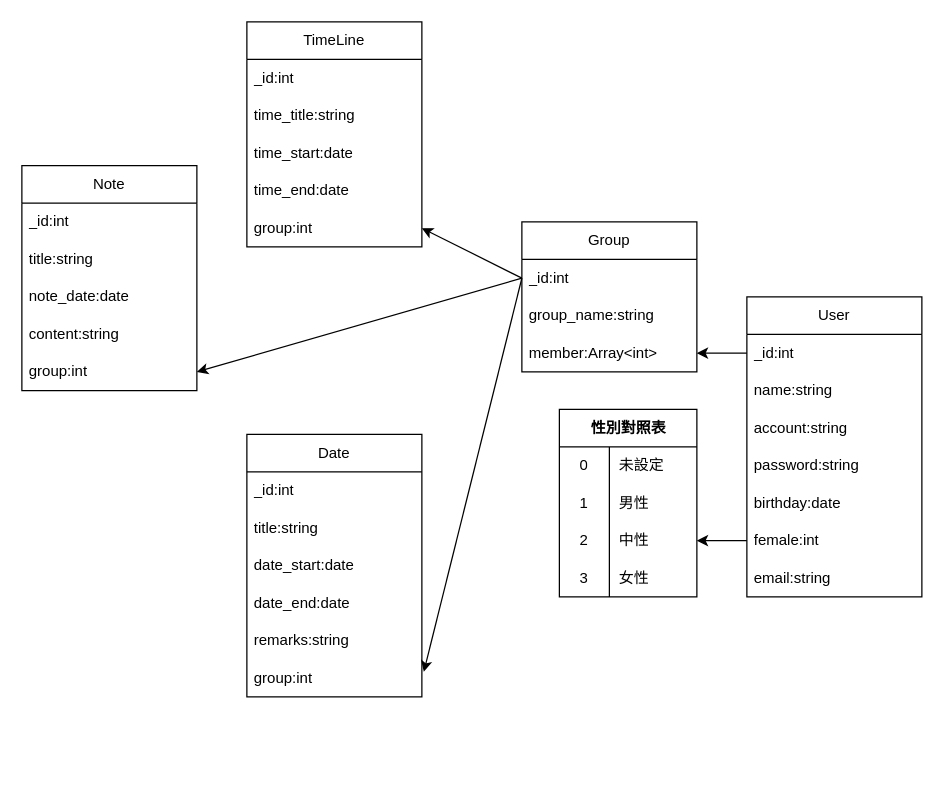
Earlier version of the draw.io diagram ER.drawio (feather1217/Specialized_Notebook). Source tidied: cells renumbered, new cells numbered last; positions are measured from the earlier drawing's top-left corner, leaving out a move shared by most shapes. Both pictures are drawn from the tidied source at 125%, with x=0, y=0 at pixel (21, 21).
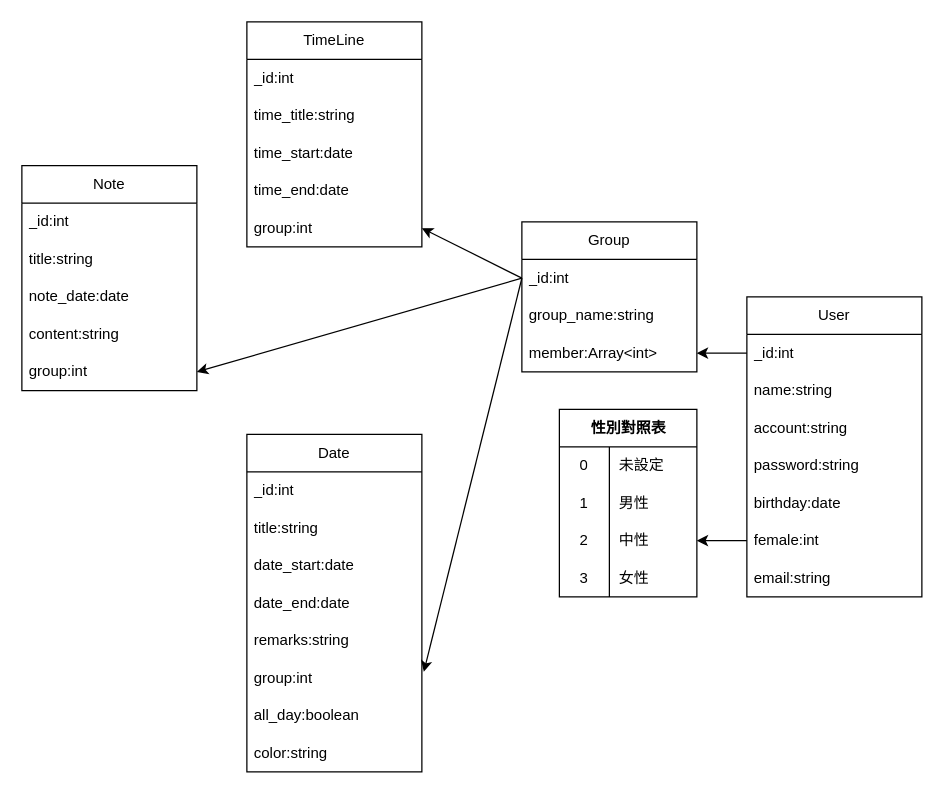
Above is the later version.

Change to the diagram source:
```diff
@@
     <mxCell id="40" value="Date" style="swimlane;fontStyle=0;horizontal=1;startSize=30;whiteSpace=wrap;html=1;" parent="1" vertex="1">
-      <mxGeometry x="180" y="330" width="140" height="210" as="geometry" />
+      <mxGeometry x="180" y="330" width="140" height="270" as="geometry" />
     </mxCell>
@@
+    <mxCell id="51" value="all_day:boolean" style="text;strokeColor=none;fillColor=none;align=left;verticalAlign=middle;spacingLeft=4;spacingRight=4;overflow=hidden;whiteSpace=wrap;html=1;" parent="40" vertex="1">
+      <mxGeometry y="210" width="140" height="30" as="geometry" />
+    </mxCell>
+    <mxCell id="52" value="color:string" style="text;strokeColor=none;fillColor=none;align=left;verticalAlign=middle;spacingLeft=4;spacingRight=4;overflow=hidden;whiteSpace=wrap;html=1;" parent="40" vertex="1">
+      <mxGeometry y="240" width="140" height="30" as="geometry" />
+    </mxCell>
```
